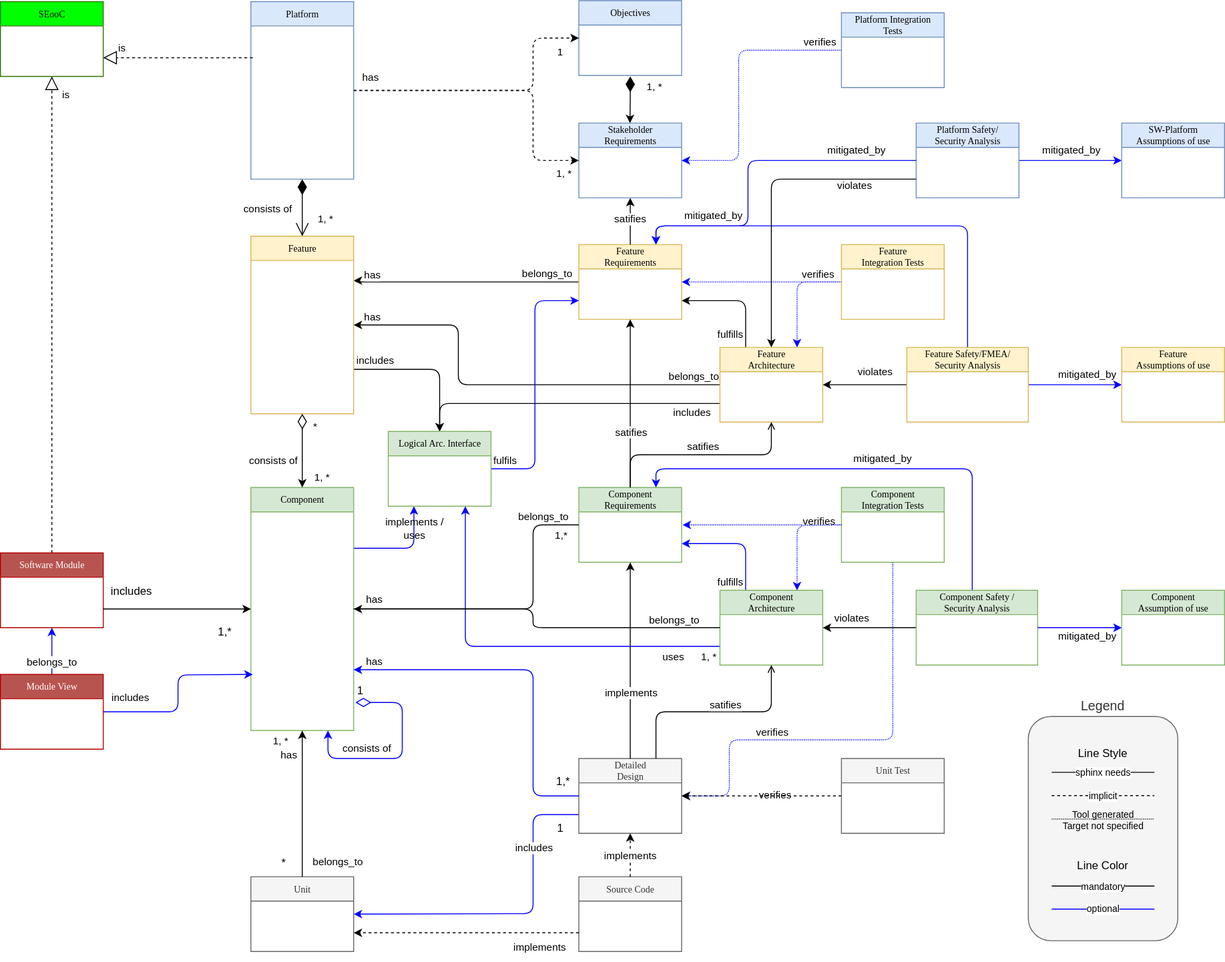
Above: pr-524/_images/score_building_blocks_meta_model.drawio.svg in eclipse-score/process_description (draw.io), before the change. Source tidied: cells renumbered, new cells last; positions are measured from the earlier drawing's top-left corner, leaving out a move shared by most shapes.
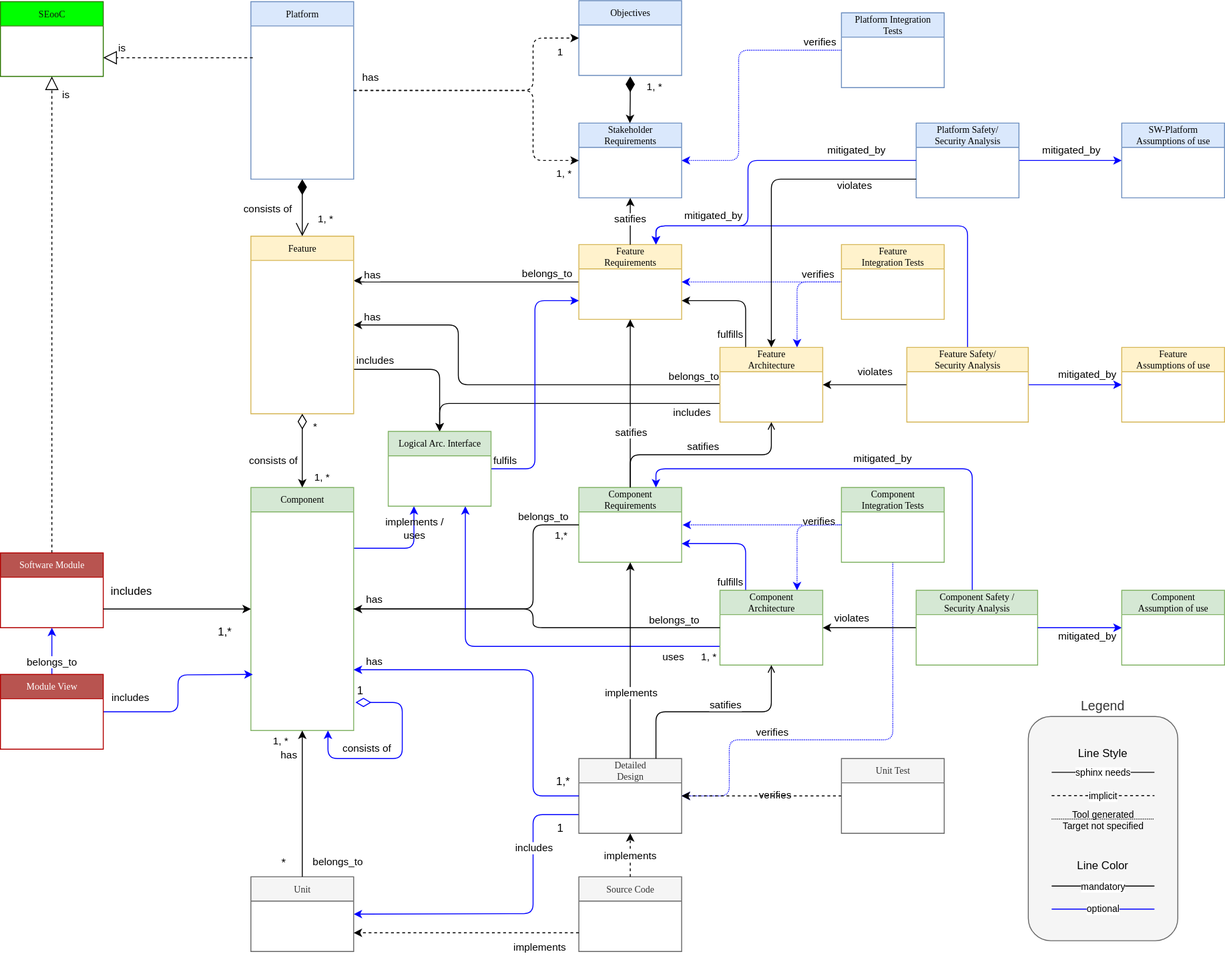
After the change.

Change to the diagram source:
```diff
@@ -363,7 +363,7 @@
         </Array>
       </mxGeometry>
     </mxCell>
-    <mxCell id="77" value="Feature Safety/FMEA/&lt;br&gt;Security Analysis" style="swimlane;html=1;fontStyle=0;horizontal=1;startSize=26;fillColor=#fff2cc;swimlaneFillColor=#ffffff;rounded=0;shadow=0;comic=0;labelBackgroundColor=none;strokeWidth=1;fontFamily=Verdana;fontSize=10;align=center;strokeColor=#d6b656;" parent="1" vertex="1">
+    <mxCell id="77" value="Feature Safety/&lt;br&gt;Security Analysis" style="swimlane;html=1;fontStyle=0;horizontal=1;startSize=26;fillColor=#fff2cc;swimlaneFillColor=#ffffff;rounded=0;shadow=0;comic=0;labelBackgroundColor=none;strokeWidth=1;fontFamily=Verdana;fontSize=10;align=center;strokeColor=#d6b656;" parent="1" vertex="1">
       <mxGeometry x="970" y="371" width="130" height="80" as="geometry" />
     </mxCell>
     <mxCell id="78" value="Feature &lt;br&gt;Assumptions of use" style="swimlane;html=1;fontStyle=0;horizontal=1;startSize=26;fillColor=#fff2cc;swimlaneFillColor=#ffffff;rounded=0;shadow=0;comic=0;labelBackgroundColor=none;strokeWidth=1;fontFamily=Verdana;fontSize=10;align=center;strokeColor=#d6b656;" parent="1" vertex="1">
```
